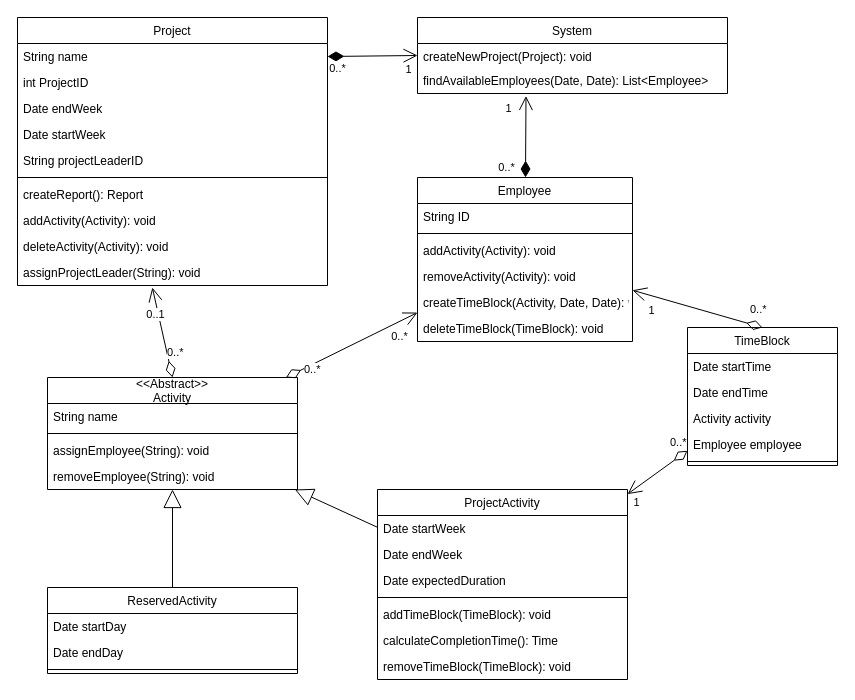
Buildasaurus/02161-Projekt keeps this draw.io diagram as Overordnet - klassediagram.drawio. Above is the earlier version. Source tidied: cells renumbered, new cells numbered last; positions are measured from the earlier drawing's top-left corner, leaving out a move shared by most shapes. Both pictures are drawn from the tidied source at 100%, with x=0, y=0 at pixel (17, 17).
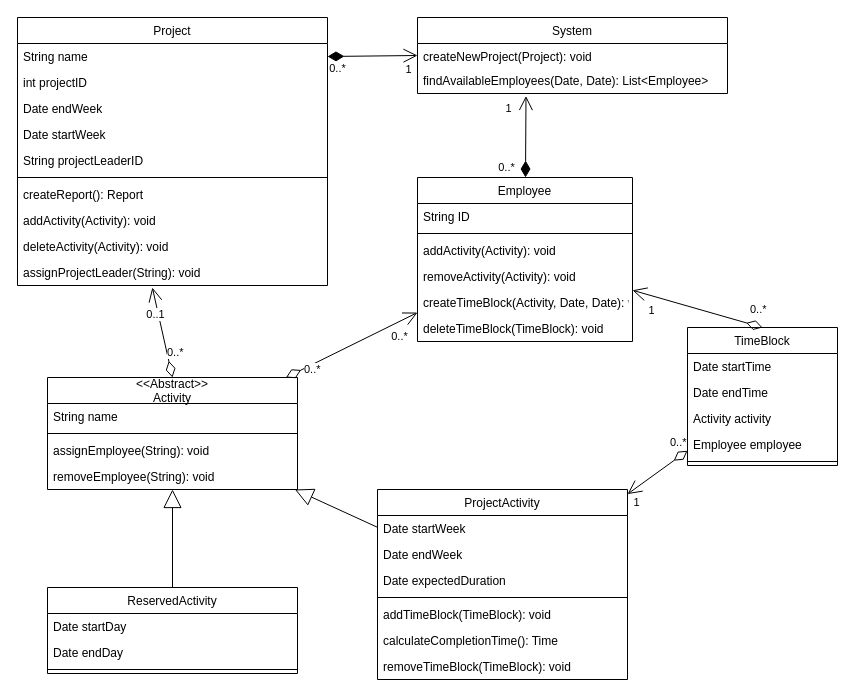
Above is the later version.

Unchanged cells that the change refers to:
```xml
<mxCell id="2" value="Project" style="swimlane;fontStyle=0;horizontal=1;startSize=26;fillColor=none;" parent="1" vertex="1">
  <mxGeometry width="310" height="268" as="geometry" />
</mxCell>
```

The edit, as a diff of the source:
```diff
@@
-    <mxCell id="4" value="int ProjectID" style="text;strokeColor=none;fillColor=none;align=left;verticalAlign=top;spacingLeft=4;spacingRight=4;overflow=hidden;" parent="2" vertex="1">
+    <mxCell id="4" value="int projectID" style="text;strokeColor=none;fillColor=none;align=left;verticalAlign=top;spacingLeft=4;spacingRight=4;overflow=hidden;" parent="2" vertex="1">
       <mxGeometry y="52" width="310" height="26" as="geometry" />
     </mxCell>
```
